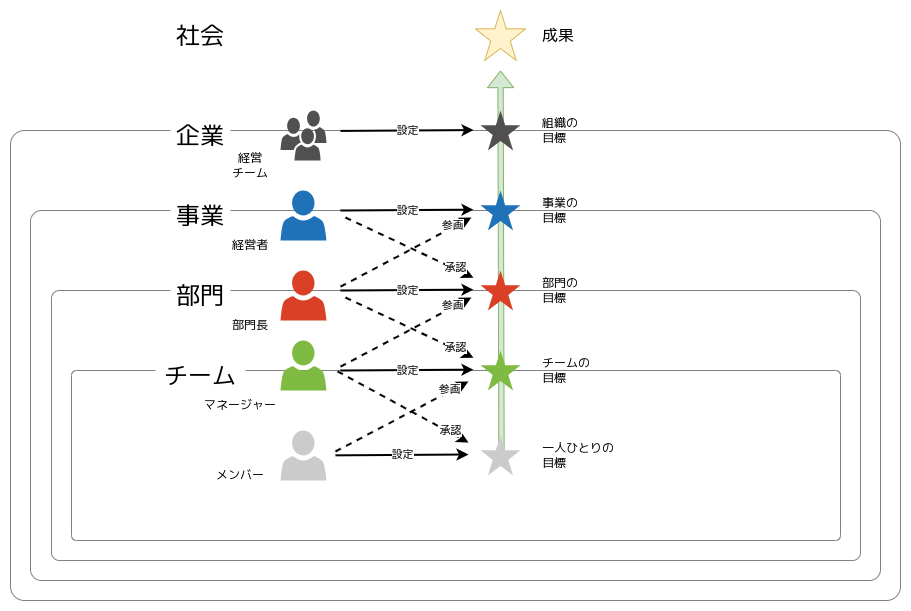
Above: docs/assets/images/MBO-目標設定の主体者.drawio.png in tnmt-1/tnmt-1.github.io (draw.io), before the change. Source tidied: cells renumbered, new cells last; positions are measured from the earlier drawing's top-left corner, leaving out a move shared by most shapes. Its diagram source:
```xml
<mxGraphModel>
  <root>
    <mxCell id="0" />
    <mxCell id="1" parent="0" />
    <mxCell id="2" style="rounded=1;whiteSpace=wrap;html=1;strokeColor=#808080;arcSize=3;fontFamily=Noto Sans JP;" parent="1" vertex="1">
      <mxGeometry y="120" width="890" height="470" as="geometry" />
    </mxCell>
    <mxCell id="3" style="sketch=0;shadow=0;dashed=0;html=1;strokeColor=none;fillColor=#505050;labelPosition=center;verticalLabelPosition=bottom;verticalAlign=top;align=center;shape=mxgraph.office.users.users;fontFamily=Noto Sans JP;" parent="1" vertex="1">
      <mxGeometry x="270" y="100" width="46" height="50" as="geometry" />
    </mxCell>
    <mxCell id="4" value="企業" style="text;html=1;strokeColor=none;fillColor=default;align=center;verticalAlign=middle;whiteSpace=wrap;rounded=0;fontSize=24;fontFamily=Noto Sans JP;" parent="1" vertex="1">
      <mxGeometry x="160" y="110" width="60" height="30" as="geometry" />
    </mxCell>
    <mxCell id="5" style="rounded=1;whiteSpace=wrap;html=1;strokeColor=#808080;arcSize=3;fontFamily=Noto Sans JP;" parent="1" vertex="1">
      <mxGeometry x="20" y="200" width="850" height="370" as="geometry" />
    </mxCell>
    <mxCell id="6" value="事業" style="text;html=1;strokeColor=none;fillColor=default;align=center;verticalAlign=middle;whiteSpace=wrap;rounded=0;fontSize=24;fontFamily=Noto Sans JP;" parent="1" vertex="1">
      <mxGeometry x="160" y="190" width="60" height="30" as="geometry" />
    </mxCell>
    <mxCell id="7" style="sketch=0;shadow=0;dashed=0;html=1;strokeColor=none;labelPosition=center;verticalLabelPosition=bottom;verticalAlign=top;align=center;shape=mxgraph.office.users.user;fillColor=#2072B8;fontFamily=Noto Sans JP;" parent="1" vertex="1">
      <mxGeometry x="270" y="180" width="46" height="50" as="geometry" />
    </mxCell>
    <mxCell id="8" style="rounded=1;whiteSpace=wrap;html=1;strokeColor=#808080;arcSize=3;fontFamily=Noto Sans JP;" parent="1" vertex="1">
      <mxGeometry x="41" y="280" width="809" height="270" as="geometry" />
    </mxCell>
    <mxCell id="9" value="部門" style="text;html=1;strokeColor=none;fillColor=default;align=center;verticalAlign=middle;whiteSpace=wrap;rounded=0;fontSize=24;fontFamily=Noto Sans JP;" parent="1" vertex="1">
      <mxGeometry x="160" y="270" width="60" height="30" as="geometry" />
    </mxCell>
    <mxCell id="10" style="sketch=0;shadow=0;dashed=0;html=1;strokeColor=none;labelPosition=center;verticalLabelPosition=bottom;verticalAlign=top;align=center;shape=mxgraph.office.users.user;fillColor=#DA4026;fontFamily=Noto Sans JP;" parent="1" vertex="1">
      <mxGeometry x="270" y="260" width="46" height="50" as="geometry" />
    </mxCell>
    <mxCell id="11" style="rounded=1;whiteSpace=wrap;html=1;strokeColor=#808080;arcSize=3;fontFamily=Noto Sans JP;" parent="1" vertex="1">
      <mxGeometry x="61" y="360" width="769" height="170" as="geometry" />
    </mxCell>
    <mxCell id="12" value="チーム" style="text;html=1;strokeColor=none;fillColor=default;align=center;verticalAlign=middle;whiteSpace=wrap;rounded=0;fontSize=24;fontFamily=Noto Sans JP;" parent="1" vertex="1">
      <mxGeometry x="145" y="350" width="90" height="30" as="geometry" />
    </mxCell>
    <mxCell id="13" style="sketch=0;shadow=0;dashed=0;html=1;strokeColor=none;labelPosition=center;verticalLabelPosition=bottom;verticalAlign=top;align=center;shape=mxgraph.office.users.user;fillColor=#7FBA42;fontFamily=Noto Sans JP;" parent="1" vertex="1">
      <mxGeometry x="270" y="330" width="46" height="50" as="geometry" />
    </mxCell>
    <mxCell id="14" style="sketch=0;shadow=0;dashed=0;html=1;strokeColor=none;labelPosition=center;verticalLabelPosition=bottom;verticalAlign=top;align=center;shape=mxgraph.office.users.user;fillColor=#CCCBCB;fontFamily=Noto Sans JP;" parent="1" vertex="1">
      <mxGeometry x="270" y="420" width="46" height="50" as="geometry" />
    </mxCell>
    <mxCell id="15" value="経営&lt;br&gt;チーム" style="text;html=1;strokeColor=none;fillColor=none;align=center;verticalAlign=middle;whiteSpace=wrap;rounded=0;fontFamily=Noto Sans JP;" parent="1" vertex="1">
      <mxGeometry x="210" y="140" width="60" height="30" as="geometry" />
    </mxCell>
    <mxCell id="16" value="経営者" style="text;html=1;strokeColor=none;fillColor=none;align=center;verticalAlign=middle;whiteSpace=wrap;rounded=0;fontFamily=Noto Sans JP;" parent="1" vertex="1">
      <mxGeometry x="210" y="220" width="60" height="30" as="geometry" />
    </mxCell>
    <mxCell id="17" value="部門長" style="text;html=1;strokeColor=none;fillColor=none;align=center;verticalAlign=middle;whiteSpace=wrap;rounded=0;fontFamily=Noto Sans JP;" parent="1" vertex="1">
      <mxGeometry x="210" y="300" width="60" height="30" as="geometry" />
    </mxCell>
    <mxCell id="18" value="マネージャー" style="text;html=1;strokeColor=none;fillColor=none;align=center;verticalAlign=middle;whiteSpace=wrap;rounded=0;fontFamily=Noto Sans JP;" parent="1" vertex="1">
      <mxGeometry x="190" y="380" width="80" height="30" as="geometry" />
    </mxCell>
    <mxCell id="19" value="メンバー" style="text;html=1;strokeColor=none;fillColor=none;align=center;verticalAlign=middle;whiteSpace=wrap;rounded=0;fontFamily=Noto Sans JP;" parent="1" vertex="1">
      <mxGeometry x="190" y="450" width="80" height="30" as="geometry" />
    </mxCell>
    <mxCell id="20" value="設定" style="endArrow=classic;html=1;rounded=0;strokeWidth=2;fontFamily=Noto Sans JP;" parent="1" edge="1">
      <mxGeometry relative="1" as="geometry">
        <mxPoint x="325" y="444.9" as="sourcePoint" />
        <mxPoint x="458" y="444" as="targetPoint" />
      </mxGeometry>
    </mxCell>
    <mxCell id="21" value="承認" style="endArrow=classic;html=1;rounded=0;dashed=1;strokeWidth=2;fontFamily=Noto Sans JP;" parent="1" edge="1">
      <mxGeometry x="0.71" y="2" relative="1" as="geometry">
        <mxPoint x="327" y="360.9" as="sourcePoint" />
        <mxPoint x="458" y="432" as="targetPoint" />
      </mxGeometry>
    </mxCell>
    <mxCell id="22" value="参画" style="endArrow=classic;html=1;rounded=0;dashed=1;strokeWidth=2;fontFamily=Noto Sans JP;" parent="1" edge="1">
      <mxGeometry x="0.72" y="2" relative="1" as="geometry">
        <mxPoint x="325" y="441" as="sourcePoint" />
        <mxPoint x="458" y="371" as="targetPoint" />
      </mxGeometry>
    </mxCell>
    <mxCell id="23" value="設定" style="endArrow=classic;html=1;rounded=0;strokeWidth=2;fontFamily=Noto Sans JP;" parent="1" edge="1">
      <mxGeometry relative="1" as="geometry">
        <mxPoint x="330" y="360" as="sourcePoint" />
        <mxPoint x="463" y="359.1" as="targetPoint" />
      </mxGeometry>
    </mxCell>
    <mxCell id="24" value="承認" style="endArrow=classic;html=1;rounded=0;dashed=1;strokeWidth=2;fontFamily=Noto Sans JP;" parent="1" edge="1">
      <mxGeometry x="0.71" y="2" relative="1" as="geometry">
        <mxPoint x="335" y="287" as="sourcePoint" />
        <mxPoint x="463" y="347.1" as="targetPoint" />
      </mxGeometry>
    </mxCell>
    <mxCell id="25" value="参画" style="endArrow=classic;html=1;rounded=0;dashed=1;strokeWidth=2;fontFamily=Noto Sans JP;" parent="1" edge="1">
      <mxGeometry x="0.72" y="2" relative="1" as="geometry">
        <mxPoint x="330" y="356.1" as="sourcePoint" />
        <mxPoint x="461" y="287" as="targetPoint" />
      </mxGeometry>
    </mxCell>
    <mxCell id="26" value="設定" style="endArrow=classic;html=1;rounded=0;strokeWidth=2;fontFamily=Noto Sans JP;" parent="1" edge="1">
      <mxGeometry relative="1" as="geometry">
        <mxPoint x="330" y="280" as="sourcePoint" />
        <mxPoint x="463" y="279.1" as="targetPoint" />
      </mxGeometry>
    </mxCell>
    <mxCell id="27" value="承認" style="endArrow=classic;html=1;rounded=0;dashed=1;strokeWidth=2;fontFamily=Noto Sans JP;" parent="1" edge="1">
      <mxGeometry x="0.71" y="2" relative="1" as="geometry">
        <mxPoint x="335" y="207" as="sourcePoint" />
        <mxPoint x="463" y="267.1" as="targetPoint" />
      </mxGeometry>
    </mxCell>
    <mxCell id="28" value="参画" style="endArrow=classic;html=1;rounded=0;dashed=1;strokeWidth=2;fontFamily=Noto Sans JP;" parent="1" edge="1">
      <mxGeometry x="0.72" y="2" relative="1" as="geometry">
        <mxPoint x="330" y="276.1" as="sourcePoint" />
        <mxPoint x="461" y="207" as="targetPoint" />
      </mxGeometry>
    </mxCell>
    <mxCell id="29" value="設定" style="endArrow=classic;html=1;rounded=0;strokeWidth=2;fontFamily=Noto Sans JP;" parent="1" edge="1">
      <mxGeometry relative="1" as="geometry">
        <mxPoint x="330" y="200" as="sourcePoint" />
        <mxPoint x="463" y="199.1" as="targetPoint" />
      </mxGeometry>
    </mxCell>
    <mxCell id="30" value="設定" style="endArrow=classic;html=1;rounded=0;strokeWidth=2;fontFamily=Noto Sans JP;" parent="1" edge="1">
      <mxGeometry relative="1" as="geometry">
        <mxPoint x="330" y="120.4" as="sourcePoint" />
        <mxPoint x="463" y="119.6" as="targetPoint" />
      </mxGeometry>
    </mxCell>
    <mxCell id="31" value="組織の&lt;br&gt;目標" style="text;html=1;strokeColor=none;fillColor=none;align=left;verticalAlign=middle;whiteSpace=wrap;rounded=0;fontFamily=Noto Sans JP;" parent="1" vertex="1">
      <mxGeometry x="530" y="105" width="60" height="30" as="geometry" />
    </mxCell>
    <mxCell id="32" value="事業の&lt;br&gt;目標" style="text;html=1;strokeColor=none;fillColor=none;align=left;verticalAlign=middle;whiteSpace=wrap;rounded=0;fontFamily=Noto Sans JP;" parent="1" vertex="1">
      <mxGeometry x="530" y="185" width="60" height="30" as="geometry" />
    </mxCell>
    <mxCell id="33" value="部門の&lt;br&gt;目標" style="text;html=1;strokeColor=none;fillColor=none;align=left;verticalAlign=middle;whiteSpace=wrap;rounded=0;fontFamily=Noto Sans JP;" parent="1" vertex="1">
      <mxGeometry x="530" y="265" width="60" height="30" as="geometry" />
    </mxCell>
    <mxCell id="34" value="チームの&lt;br&gt;目標" style="text;html=1;strokeColor=none;fillColor=none;align=left;verticalAlign=middle;whiteSpace=wrap;rounded=0;fontFamily=Noto Sans JP;" parent="1" vertex="1">
      <mxGeometry x="530" y="345" width="60" height="30" as="geometry" />
    </mxCell>
    <mxCell id="35" value="一人ひとりの&lt;br&gt;目標" style="text;html=1;strokeColor=none;fillColor=none;align=left;verticalAlign=middle;whiteSpace=wrap;rounded=0;fontFamily=Noto Sans JP;" parent="1" vertex="1">
      <mxGeometry x="530" y="430" width="90" height="30" as="geometry" />
    </mxCell>
    <mxCell id="36" style="verticalLabelPosition=bottom;verticalAlign=top;html=1;shape=mxgraph.basic.star;fillColor=#fff2cc;strokeColor=#d6b656;fontFamily=Noto Sans JP;" parent="1" vertex="1">
      <mxGeometry x="465" width="50" height="50" as="geometry" />
    </mxCell>
    <mxCell id="37" style="shape=flexArrow;endArrow=classic;html=1;rounded=0;fillColor=#d5e8d4;strokeColor=#82b366;width=5.333333333333333;endSize=5.22;fontFamily=Noto Sans JP;" parent="1" edge="1">
      <mxGeometry relative="1" as="geometry">
        <mxPoint x="491" y="452" as="sourcePoint" />
        <mxPoint x="490" y="60" as="targetPoint" />
      </mxGeometry>
    </mxCell>
    <mxCell id="38" style="verticalLabelPosition=bottom;verticalAlign=top;html=1;shape=mxgraph.basic.star;fillColor=#505050;strokeColor=none;fontFamily=Noto Sans JP;" parent="1" vertex="1">
      <mxGeometry x="470" y="100" width="40" height="40" as="geometry" />
    </mxCell>
    <mxCell id="39" style="verticalLabelPosition=bottom;verticalAlign=top;html=1;shape=mxgraph.basic.star;fillColor=#2072B8;strokeColor=none;fontFamily=Noto Sans JP;" parent="1" vertex="1">
      <mxGeometry x="470" y="180" width="40" height="40" as="geometry" />
    </mxCell>
    <mxCell id="40" style="verticalLabelPosition=bottom;verticalAlign=top;html=1;shape=mxgraph.basic.star;fillColor=#DA4026;strokeColor=none;fontFamily=Noto Sans JP;" parent="1" vertex="1">
      <mxGeometry x="470" y="260" width="40" height="40" as="geometry" />
    </mxCell>
    <mxCell id="41" style="verticalLabelPosition=bottom;verticalAlign=top;html=1;shape=mxgraph.basic.star;fillColor=#7FBA42;strokeColor=none;fontFamily=Noto Sans JP;" parent="1" vertex="1">
      <mxGeometry x="470" y="340" width="40" height="40" as="geometry" />
    </mxCell>
    <mxCell id="42" style="verticalLabelPosition=bottom;verticalAlign=top;html=1;shape=mxgraph.basic.star;fillColor=#CCCBCB;strokeColor=none;fontFamily=Noto Sans JP;" parent="1" vertex="1">
      <mxGeometry x="470" y="425" width="40" height="40" as="geometry" />
    </mxCell>
    <mxCell id="43" value="成果" style="text;html=1;strokeColor=none;fillColor=none;align=left;verticalAlign=middle;whiteSpace=wrap;rounded=0;fontSize=16;fontFamily=Noto Sans JP;" parent="1" vertex="1">
      <mxGeometry x="530" y="10" width="60" height="30" as="geometry" />
    </mxCell>
    <mxCell id="44" value="社会" style="text;html=1;strokeColor=none;fillColor=default;align=center;verticalAlign=middle;whiteSpace=wrap;rounded=0;fontSize=24;fontFamily=Noto Sans JP;" parent="1" vertex="1">
      <mxGeometry x="160" y="10" width="60" height="30" as="geometry" />
    </mxCell>
  </root>
</mxGraphModel>
```
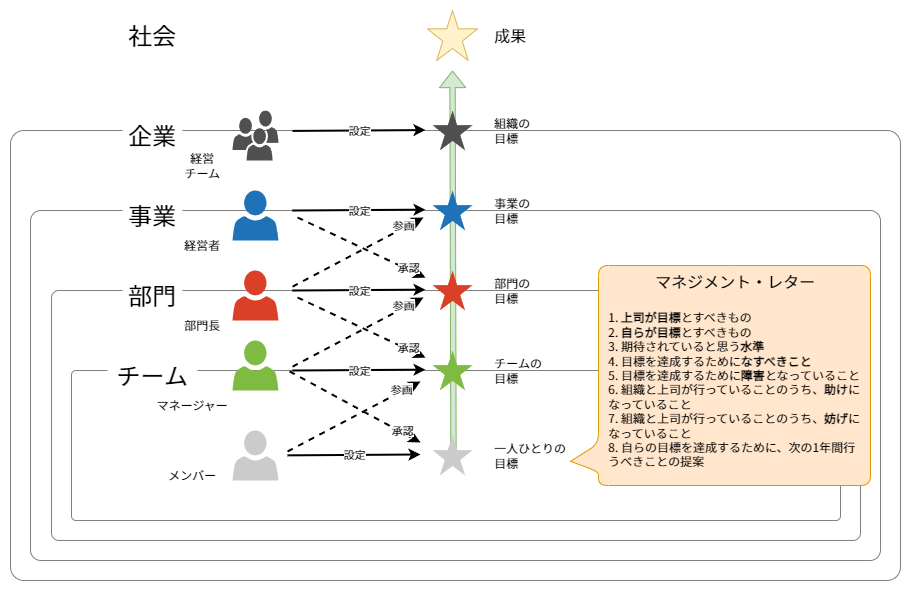
After the commit.

The edit, as a diff of the source:
```diff
@@ -3,7 +3,7 @@
     <mxCell id="0" />
     <mxCell id="1" parent="0" />
     <mxCell id="2" style="rounded=1;whiteSpace=wrap;html=1;strokeColor=#808080;arcSize=3;fontFamily=Noto Sans JP;" parent="1" vertex="1">
-      <mxGeometry y="120" width="890" height="470" as="geometry" />
+      <mxGeometry x="48" y="120" width="890" height="450" as="geometry" />
     </mxCell>
     <mxCell id="3" style="sketch=0;shadow=0;dashed=0;html=1;strokeColor=none;fillColor=#505050;labelPosition=center;verticalLabelPosition=bottom;verticalAlign=top;align=center;shape=mxgraph.office.users.users;fontFamily=Noto Sans JP;" parent="1" vertex="1">
       <mxGeometry x="270" y="100" width="46" height="50" as="geometry" />
@@ -12,7 +12,7 @@
       <mxGeometry x="160" y="110" width="60" height="30" as="geometry" />
     </mxCell>
     <mxCell id="5" style="rounded=1;whiteSpace=wrap;html=1;strokeColor=#808080;arcSize=3;fontFamily=Noto Sans JP;" parent="1" vertex="1">
-      <mxGeometry x="20" y="200" width="850" height="370" as="geometry" />
+      <mxGeometry x="68" y="200" width="850" height="350" as="geometry" />
     </mxCell>
     <mxCell id="6" value="事業" style="text;html=1;strokeColor=none;fillColor=default;align=center;verticalAlign=middle;whiteSpace=wrap;rounded=0;fontSize=24;fontFamily=Noto Sans JP;" parent="1" vertex="1">
       <mxGeometry x="160" y="190" width="60" height="30" as="geometry" />
@@ -21,7 +21,7 @@
       <mxGeometry x="270" y="180" width="46" height="50" as="geometry" />
     </mxCell>
     <mxCell id="8" style="rounded=1;whiteSpace=wrap;html=1;strokeColor=#808080;arcSize=3;fontFamily=Noto Sans JP;" parent="1" vertex="1">
-      <mxGeometry x="41" y="280" width="809" height="270" as="geometry" />
+      <mxGeometry x="89" y="280" width="809" height="250" as="geometry" />
     </mxCell>
     <mxCell id="9" value="部門" style="text;html=1;strokeColor=none;fillColor=default;align=center;verticalAlign=middle;whiteSpace=wrap;rounded=0;fontSize=24;fontFamily=Noto Sans JP;" parent="1" vertex="1">
       <mxGeometry x="160" y="270" width="60" height="30" as="geometry" />
@@ -30,7 +30,7 @@
       <mxGeometry x="270" y="260" width="46" height="50" as="geometry" />
     </mxCell>
     <mxCell id="11" style="rounded=1;whiteSpace=wrap;html=1;strokeColor=#808080;arcSize=3;fontFamily=Noto Sans JP;" parent="1" vertex="1">
-      <mxGeometry x="61" y="360" width="769" height="170" as="geometry" />
+      <mxGeometry x="109" y="360" width="769" height="150" as="geometry" />
     </mxCell>
     <mxCell id="12" value="チーム" style="text;html=1;strokeColor=none;fillColor=default;align=center;verticalAlign=middle;whiteSpace=wrap;rounded=0;fontSize=24;fontFamily=Noto Sans JP;" parent="1" vertex="1">
       <mxGeometry x="145" y="350" width="90" height="30" as="geometry" />
@@ -167,5 +167,8 @@
     <mxCell id="44" value="社会" style="text;html=1;strokeColor=none;fillColor=default;align=center;verticalAlign=middle;whiteSpace=wrap;rounded=0;fontSize=24;fontFamily=Noto Sans JP;" parent="1" vertex="1">
       <mxGeometry x="160" y="10" width="60" height="30" as="geometry" />
     </mxCell>
+    <mxCell id="45" value="&lt;div style=&quot;text-align: center;&quot;&gt;&lt;span style=&quot;background-color: initial;&quot;&gt;&lt;font style=&quot;font-size: 16px;&quot;&gt;マネジメント・レター&lt;/font&gt;&lt;/span&gt;&lt;/div&gt;&lt;div style=&quot;text-align: center;&quot;&gt;&lt;span style=&quot;background-color: initial;&quot;&gt;&lt;font style=&quot;font-size: 16px;&quot;&gt;&lt;br&gt;&lt;/font&gt;&lt;/span&gt;&lt;/div&gt;&lt;div&gt;&lt;div&gt;1. &lt;b&gt;上司が目標&lt;/b&gt;とすべきもの&lt;/div&gt;&lt;div&gt;2. &lt;b&gt;自らが目標&lt;/b&gt;とすべきもの&lt;/div&gt;&lt;div&gt;3. 期待されていると思う&lt;b&gt;水準&lt;/b&gt;&lt;/div&gt;&lt;div&gt;4. 目標を達成するために&lt;b&gt;なすべきこと&lt;/b&gt;&lt;/div&gt;&lt;div&gt;5.&amp;nbsp;&lt;span style=&quot;background-color: initial;&quot;&gt;目標を達成するために&lt;b&gt;障害&lt;/b&gt;となっていること&lt;/span&gt;&lt;/div&gt;&lt;div&gt;&lt;span style=&quot;background-color: initial;&quot;&gt;6. 組織と上司が行っていることのうち、&lt;b&gt;助け&lt;/b&gt;になっていること&lt;/span&gt;&lt;/div&gt;&lt;div&gt;7. 組織と上司が行っていることのうち、&lt;b&gt;妨げ&lt;/b&gt;になっていること&lt;span style=&quot;background-color: initial;&quot;&gt;&lt;br&gt;&lt;/span&gt;&lt;/div&gt;&lt;div style=&quot;&quot;&gt;8. 自らの目標を達成するために、次の1年間行うべきことの提案&lt;/div&gt;&lt;/div&gt;" style="shape=callout;whiteSpace=wrap;html=1;perimeter=calloutPerimeter;direction=south;base=28;size=28;position=0.81;position2=0.89;rounded=1;fillColor=#ffe6cc;strokeColor=#d79b00;align=left;fontFamily=Noto Sans JP;verticalAlign=top;spacingLeft=8;spacingRight=8;" parent="1" vertex="1">
+      <mxGeometry x="608" y="255" width="300" height="220" as="geometry" />
+    </mxCell>
   </root>
 </mxGraphModel>
```
